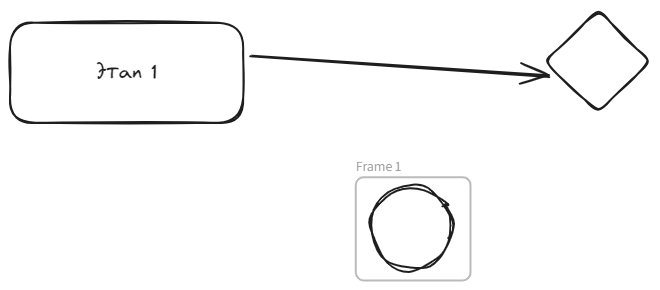
Above: content/static/hp1.excalidraw.png in zlukfo/blog (Excalidraw), before the change. Source tidied: one line per element, renumbered; positions are measured from the earlier drawing's top-left corner, leaving out a move shared by most shapes. The source it was exported from:
```json
{"id": 0, "type": "rectangle", "strokeColor": "#1e1e1e", "strokeWidth": 2, "roughness": 1, "round": true, "x": 0, "y": 13, "width": 233, "height": 100}
{"id": 1, "type": "text", "text": "Этап 1", "strokeColor": "#1e1e1e", "strokeWidth": 2, "roughness": 1, "fontSize": 20, "fontFamily": 1, "textAlign": "center", "verticalAlign": "middle", "inside": 0, "x": 86, "y": 50, "width": 61, "height": 25}
{"id": 2, "type": "diamond", "strokeColor": "#1e1e1e", "strokeWidth": 2, "roughness": 1, "round": true, "x": 535, "y": 0, "width": 105, "height": 102}
{"id": 3, "type": "arrow", "strokeColor": "#1e1e1e", "strokeWidth": 2, "roughness": 1, "endArrowhead": "arrow", "round": true, "from": 0, "to": 2, "x": 241, "y": 45, "width": 298, "height": 21, "points": [[0, 0], [298, 21]]}
{"id": 4, "type": "ellipse", "strokeColor": "#1e1e1e", "strokeWidth": 2, "roughness": 2, "round": true, "x": 361, "y": 176, "width": 82, "height": 83}
{"id": 5, "type": "frame", "strokeColor": "#bbb", "strokeWidth": 2, "roughness": 0, "x": 346, "y": 167, "width": 115, "height": 103}
```
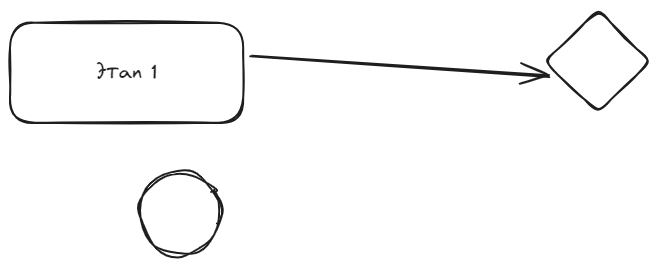
After the change.

Commit message:
Quartz sync: Jan 16, 2025, 9:28 PM

Diff of the diagram source:
```diff
@@ -2,5 +2,4 @@
 {"id": 1, "type": "text", "text": "Этап 1", "strokeColor": "#1e1e1e", "strokeWidth": 2, "roughness": 1, "fontSize": 20, "fontFamily": 1, "textAlign": "center", "verticalAlign": "middle", "inside": 0, "x": 86, "y": 50, "width": 61, "height": 25}
 {"id": 2, "type": "diamond", "strokeColor": "#1e1e1e", "strokeWidth": 2, "roughness": 1, "round": true, "x": 535, "y": 0, "width": 105, "height": 102}
 {"id": 3, "type": "arrow", "strokeColor": "#1e1e1e", "strokeWidth": 2, "roughness": 1, "endArrowhead": "arrow", "round": true, "from": 0, "to": 2, "x": 241, "y": 45, "width": 298, "height": 21, "points": [[0, 0], [298, 21]]}
-{"id": 4, "type": "ellipse", "strokeColor": "#1e1e1e", "strokeWidth": 2, "roughness": 2, "round": true, "x": 361, "y": 176, "width": 82, "height": 83}
+{"id": 4, "type": "ellipse", "strokeColor": "#1e1e1e", "strokeWidth": 2, "roughness": 2, "round": true, "x": 129, "y": 162, "width": 82, "height": 83}
-{"id": 5, "type": "frame", "strokeColor": "#bbb", "strokeWidth": 2, "roughness": 0, "x": 346, "y": 167, "width": 115, "height": 103}
```
